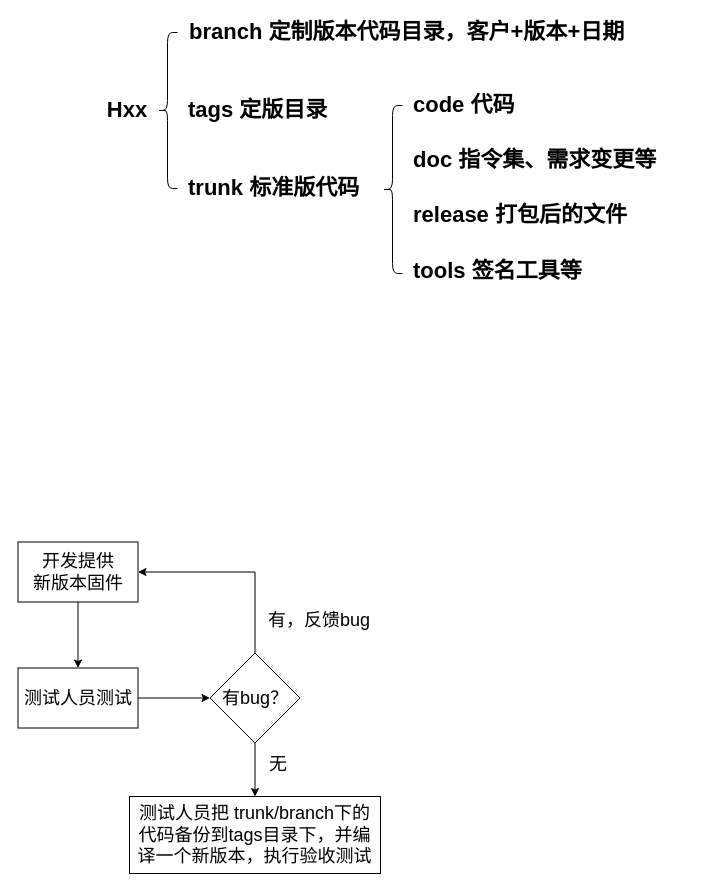
Earlier version of the draw.io diagram eppCompileFlowchart.drawio (yesiya/EppFlowchart). Source tidied: cells renumbered, new cells numbered last; positions are measured from the earlier drawing's top-left corner, leaving out a move shared by most shapes. Both pictures are drawn from the tidied source at 100%, with x=0, y=0 at pixel (17, 17).
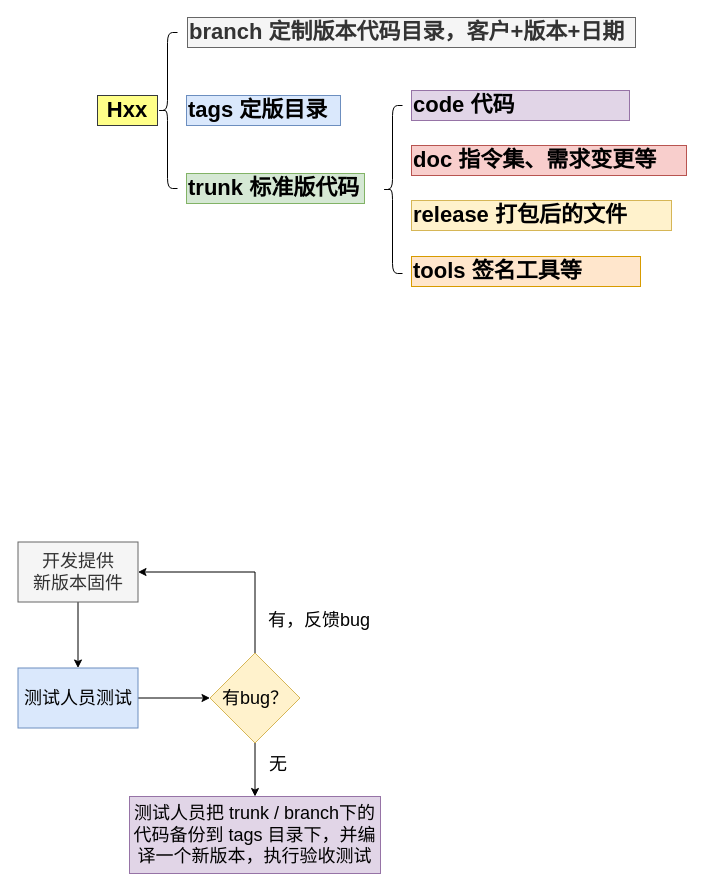
The same page after the edit.

What changed in the source:
```diff
@@
-    <mxCell id="2" value="Hxx" style="rounded=0;whiteSpace=wrap;html=1;strokeColor=none;fontSize=22;verticalAlign=middle;align=center;fontStyle=1;" parent="1" vertex="1">
+    <mxCell id="2" value="Hxx" style="rounded=0;whiteSpace=wrap;html=1;fontSize=22;verticalAlign=middle;align=center;fontStyle=1;fillColor=#ffff88;strokeColor=#36393d;" parent="1" vertex="1">
       <mxGeometry x="80" y="78" width="60" height="30" as="geometry" />
     </mxCell>
-    <mxCell id="3" style="shape=curlyBracket;whiteSpace=wrap;html=1;rounded=1;fontSize=22;fontStyle=1;" parent="1" vertex="1">
+    <mxCell id="3" style="shape=curlyBracket;whiteSpace=wrap;html=1;rounded=1;fontSize=22;fontStyle=1;fillColor=none;" parent="1" vertex="1">
       <mxGeometry x="140" y="15" width="20" height="156" as="geometry" />
     </mxCell>
-    <mxCell id="4" value="branch&amp;nbsp;&lt;span&gt;定制版本代码目录，&lt;/span&gt;&lt;span&gt;客户&lt;/span&gt;&lt;span&gt;+&lt;/span&gt;&lt;span&gt;版本&lt;/span&gt;&lt;span&gt;+&lt;/span&gt;&lt;span&gt;日期&amp;nbsp;&lt;/span&gt;" style="rounded=0;whiteSpace=wrap;html=1;strokeColor=none;fontSize=22;verticalAlign=middle;align=left;fontStyle=1;" parent="1" vertex="1">
+    <mxCell id="4" value="branch&amp;nbsp;&lt;span&gt;定制版本代码目录，&lt;/span&gt;&lt;span&gt;客户&lt;/span&gt;&lt;span&gt;+&lt;/span&gt;&lt;span&gt;版本&lt;/span&gt;&lt;span&gt;+&lt;/span&gt;&lt;span&gt;日期&amp;nbsp;&lt;/span&gt;" style="rounded=0;whiteSpace=wrap;html=1;strokeColor=#666666;fontSize=22;verticalAlign=middle;align=left;fontStyle=1;fillColor=#f5f5f5;fontColor=#333333;" parent="1" vertex="1">
       <mxGeometry x="170" width="448" height="30" as="geometry" />
     </mxCell>
-    <mxCell id="5" value="tags 定版目录&lt;br&gt;" style="rounded=0;whiteSpace=wrap;html=1;strokeColor=none;fontSize=22;verticalAlign=middle;align=left;fontStyle=1;" parent="1" vertex="1">
-      <mxGeometry x="169" y="78" width="320" height="30" as="geometry" />
+    <mxCell id="5" value="tags 定版目录&lt;br&gt;" style="rounded=0;whiteSpace=wrap;html=1;strokeColor=#6c8ebf;fontSize=22;verticalAlign=middle;align=left;fontStyle=1;fillColor=#dae8fc;" parent="1" vertex="1">
+      <mxGeometry x="169" y="78" width="154" height="30" as="geometry" />
     </mxCell>
-    <mxCell id="6" value="trunk&amp;nbsp;&lt;span&gt;标准版代码&lt;/span&gt;&lt;br&gt;" style="rounded=0;whiteSpace=wrap;html=1;strokeColor=none;fontSize=22;verticalAlign=middle;align=left;fontStyle=1;" parent="1" vertex="1">
-      <mxGeometry x="169" y="156" width="194" height="30" as="geometry" />
+    <mxCell id="6" value="trunk&amp;nbsp;&lt;span&gt;标准版代码&lt;/span&gt;&lt;br&gt;" style="rounded=0;whiteSpace=wrap;html=1;strokeColor=#82b366;fontSize=22;verticalAlign=middle;align=left;fontStyle=1;fillColor=#d5e8d4;" parent="1" vertex="1">
+      <mxGeometry x="169" y="156" width="178" height="30" as="geometry" />
     </mxCell>
-    <mxCell id="7" style="shape=curlyBracket;whiteSpace=wrap;html=1;rounded=1;fontSize=22;fontStyle=1;" parent="1" vertex="1">
+    <mxCell id="7" style="shape=curlyBracket;whiteSpace=wrap;html=1;rounded=1;fontSize=22;fontStyle=1;fillColor=none;" parent="1" vertex="1">
       <mxGeometry x="365" y="88" width="20" height="168" as="geometry" />
     </mxCell>
-    <mxCell id="8" value="code 代码&lt;br&gt;" style="rounded=0;whiteSpace=wrap;html=1;strokeColor=none;fontSize=22;verticalAlign=middle;align=left;fontStyle=1;" parent="1" vertex="1">
+    <mxCell id="8" value="code 代码&lt;br&gt;" style="rounded=0;whiteSpace=wrap;html=1;strokeColor=#9673a6;fontSize=22;verticalAlign=middle;align=left;fontStyle=1;fillColor=#e1d5e7;" parent="1" vertex="1">
       <mxGeometry x="394" y="73" width="218" height="30" as="geometry" />
     </mxCell>
-    <mxCell id="9" value="doc&amp;nbsp;&lt;span&gt;指令集、需求变更等&lt;/span&gt;" style="rounded=0;whiteSpace=wrap;html=1;strokeColor=none;fontSize=22;verticalAlign=middle;align=left;fontStyle=1;" parent="1" vertex="1">
+    <mxCell id="9" value="doc&amp;nbsp;&lt;span&gt;指令集、需求变更等&lt;/span&gt;" style="rounded=0;whiteSpace=wrap;html=1;strokeColor=#b85450;fontSize=22;verticalAlign=middle;align=left;fontStyle=1;fillColor=#f8cecc;" parent="1" vertex="1">
       <mxGeometry x="394" y="128" width="275" height="30" as="geometry" />
     </mxCell>
-    <mxCell id="10" value="release&amp;nbsp;&lt;span&gt;打包后的文件&lt;/span&gt;" style="rounded=0;whiteSpace=wrap;html=1;strokeColor=none;fontSize=22;verticalAlign=middle;align=left;fontStyle=1;" parent="1" vertex="1">
+    <mxCell id="10" value="release&amp;nbsp;&lt;span&gt;打包后的文件&lt;/span&gt;" style="rounded=0;whiteSpace=wrap;html=1;strokeColor=#d6b656;fontSize=22;verticalAlign=middle;align=left;fontStyle=1;fillColor=#fff2cc;" parent="1" vertex="1">
       <mxGeometry x="394" y="183" width="260" height="30" as="geometry" />
     </mxCell>
-    <mxCell id="11" value="tools&amp;nbsp;&lt;span&gt;签名工具等&lt;/span&gt;" style="rounded=0;whiteSpace=wrap;html=1;strokeColor=none;fontSize=22;verticalAlign=middle;align=left;fontStyle=1;" parent="1" vertex="1">
+    <mxCell id="11" value="tools&amp;nbsp;&lt;span&gt;签名工具等&lt;/span&gt;" style="rounded=0;whiteSpace=wrap;html=1;strokeColor=#d79b00;fontSize=22;verticalAlign=middle;align=left;fontStyle=1;fillColor=#ffe6cc;" parent="1" vertex="1">
       <mxGeometry x="394" y="239" width="229" height="30" as="geometry" />
     </mxCell>
@@
-    <mxCell id="13" value="开发提供&lt;br&gt;新版本固件" style="rounded=0;whiteSpace=wrap;html=1;fontSize=18;align=center;" parent="1" vertex="1">
+    <mxCell id="13" value="开发提供&lt;br&gt;新版本固件" style="rounded=0;whiteSpace=wrap;html=1;fontSize=18;align=center;fillColor=#f5f5f5;strokeColor=#666666;fontColor=#333333;" parent="1" vertex="1">
       <mxGeometry x="0.5" y="524.5" width="120" height="60" as="geometry" />
     </mxCell>
@@
-    <mxCell id="15" value="测试人员测试" style="rounded=0;whiteSpace=wrap;html=1;fontSize=18;align=center;" parent="1" vertex="1">
+    <mxCell id="15" value="测试人员测试" style="rounded=0;whiteSpace=wrap;html=1;fontSize=18;align=center;fillColor=#dae8fc;strokeColor=#6c8ebf;" parent="1" vertex="1">
       <mxGeometry x="0.5" y="650.5" width="120" height="60" as="geometry" />
     </mxCell>
@@
-    <mxCell id="18" value="有bug？" style="rhombus;whiteSpace=wrap;html=1;fontSize=18;align=center;" parent="1" vertex="1">
+    <mxCell id="18" value="有bug？" style="rhombus;whiteSpace=wrap;html=1;fontSize=18;align=center;fillColor=#fff2cc;strokeColor=#d6b656;" parent="1" vertex="1">
       <mxGeometry x="192.5" y="635.5" width="90" height="90" as="geometry" />
     </mxCell>
@@
-    <mxCell id="20" value="测试人员把 trunk/branch下的代码备份到tags目录下，并编译一个新版本，执行验收测试" style="rounded=0;whiteSpace=wrap;html=1;fontSize=18;align=center;" parent="1" vertex="1">
+    <mxCell id="20" value="测试人员把 trunk / branch下的代码备份到 tags 目录下，并编译一个新版本，执行验收测试" style="rounded=0;whiteSpace=wrap;html=1;fontSize=18;align=center;fillColor=#e1d5e7;strokeColor=#9673a6;" parent="1" vertex="1">
       <mxGeometry x="112" y="779" width="251" height="77" as="geometry" />
     </mxCell>
```
